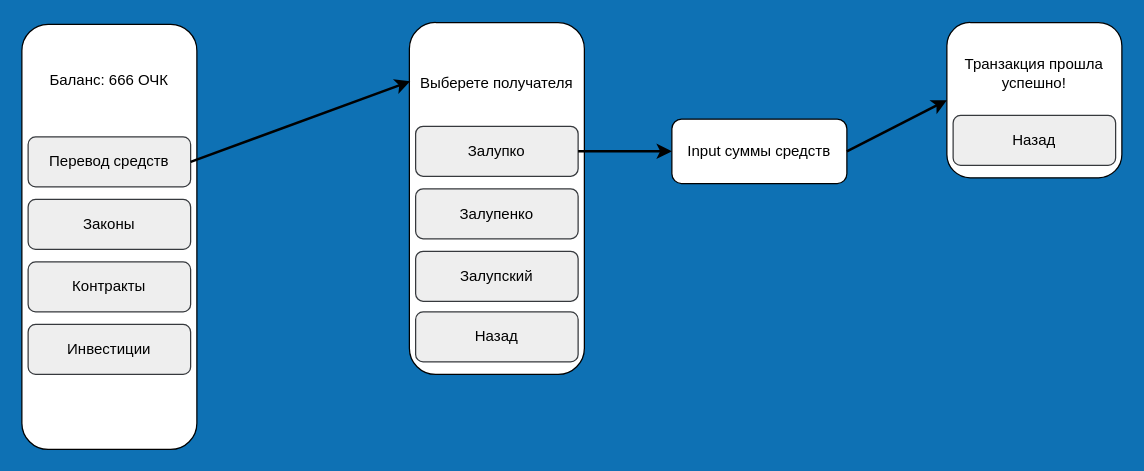
The draw.io diagram minecraft-smp.drawio in robokirill/TEST, before the edit. Source tidied: cells renumbered, new cells numbered last; positions are measured from the earlier drawing's top-left corner, leaving out a move shared by most shapes. Both pictures are drawn from the tidied source at 125%, with x=0, y=0 at pixel (21, 21).
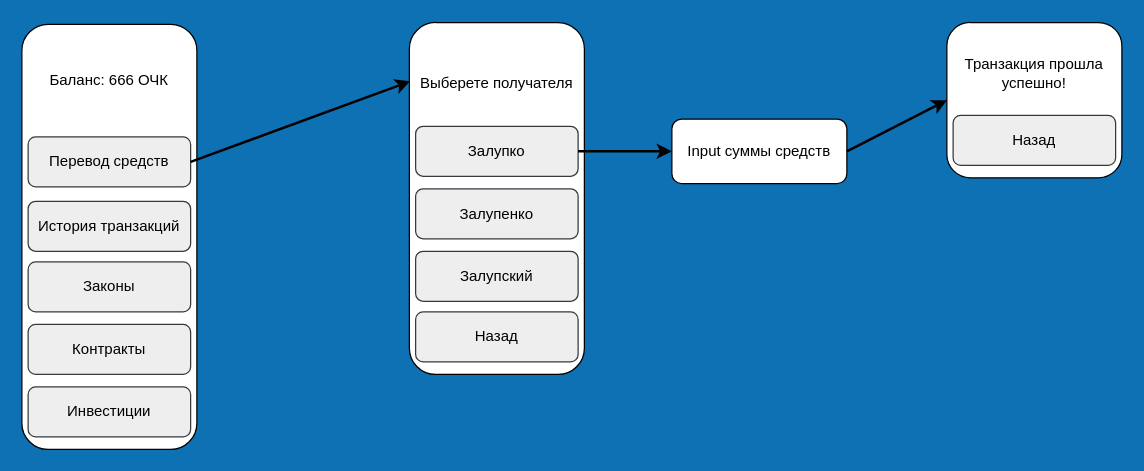
The same diagram, later.

Diff of the diagram source:
```diff
@@
     <mxCell id="5" value="Законы" style="rounded=1;whiteSpace=wrap;html=1;fillColor=#eeeeee;strokeColor=#36393d;" parent="1" vertex="1">
-      <mxGeometry x="5" y="142" width="130" height="40" as="geometry" />
+      <mxGeometry x="5" y="192" width="130" height="40" as="geometry" />
     </mxCell>
     <mxCell id="6" value="Контракты" style="rounded=1;whiteSpace=wrap;html=1;fillColor=#eeeeee;strokeColor=#36393d;" parent="1" vertex="1">
-      <mxGeometry x="5" y="192" width="130" height="40" as="geometry" />
+      <mxGeometry x="5" y="242" width="130" height="40" as="geometry" />
     </mxCell>
     <mxCell id="7" value="Инвестиции" style="rounded=1;whiteSpace=wrap;html=1;fillColor=#eeeeee;strokeColor=#36393d;" parent="1" vertex="1">
-      <mxGeometry x="5" y="242" width="130" height="40" as="geometry" />
+      <mxGeometry x="5" y="292" width="130" height="40" as="geometry" />
     </mxCell>
@@
+    <mxCell id="21" value="История транзакций" style="rounded=1;whiteSpace=wrap;html=1;fillColor=#eeeeee;strokeColor=#36393d;" parent="1" vertex="1">
+      <mxGeometry x="5" y="143.5" width="130" height="40" as="geometry" />
+    </mxCell>
```
